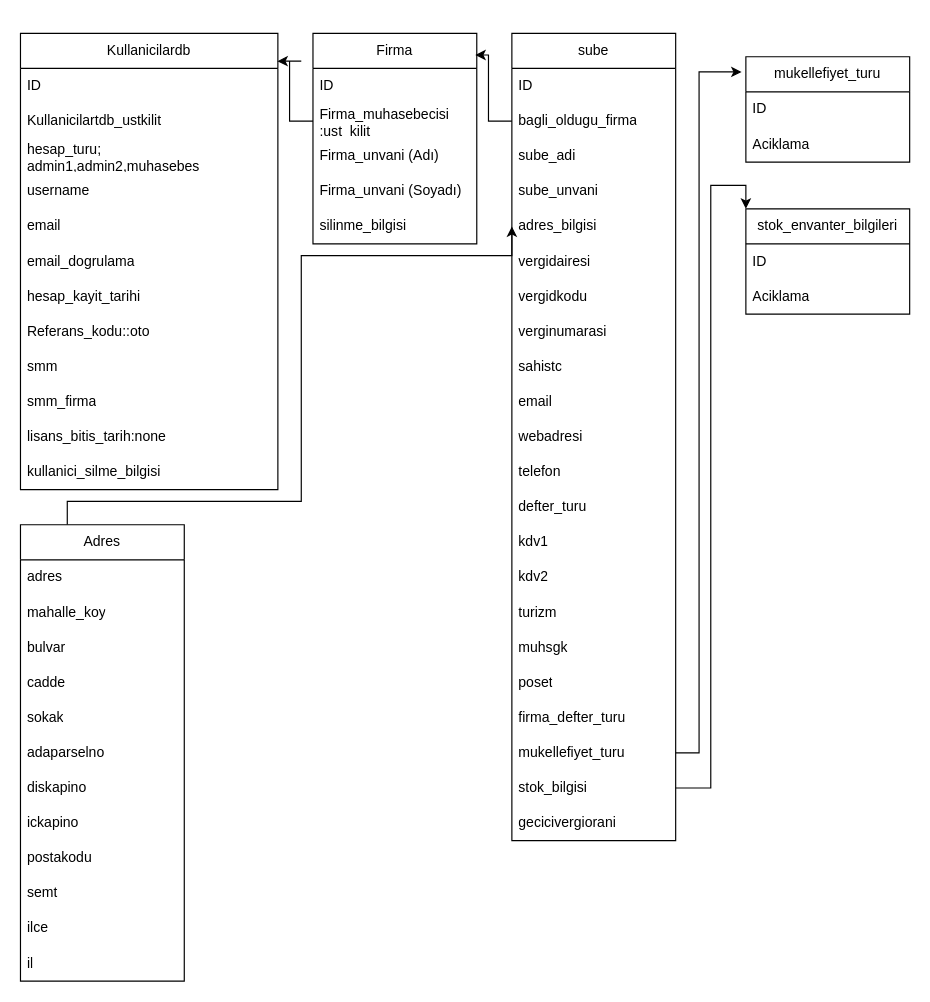
This is ware_finans/dbprogramlama/muhasebedb.drawio from habipels/ware_finans, a draw.io file, before an edit. Source tidied: cells renumbered, new cells numbered last; positions are measured from the earlier drawing's top-left corner, leaving out a move shared by most shapes. Both pictures are drawn from the tidied source at 117%, with x=0, y=0 at pixel (20, 33).
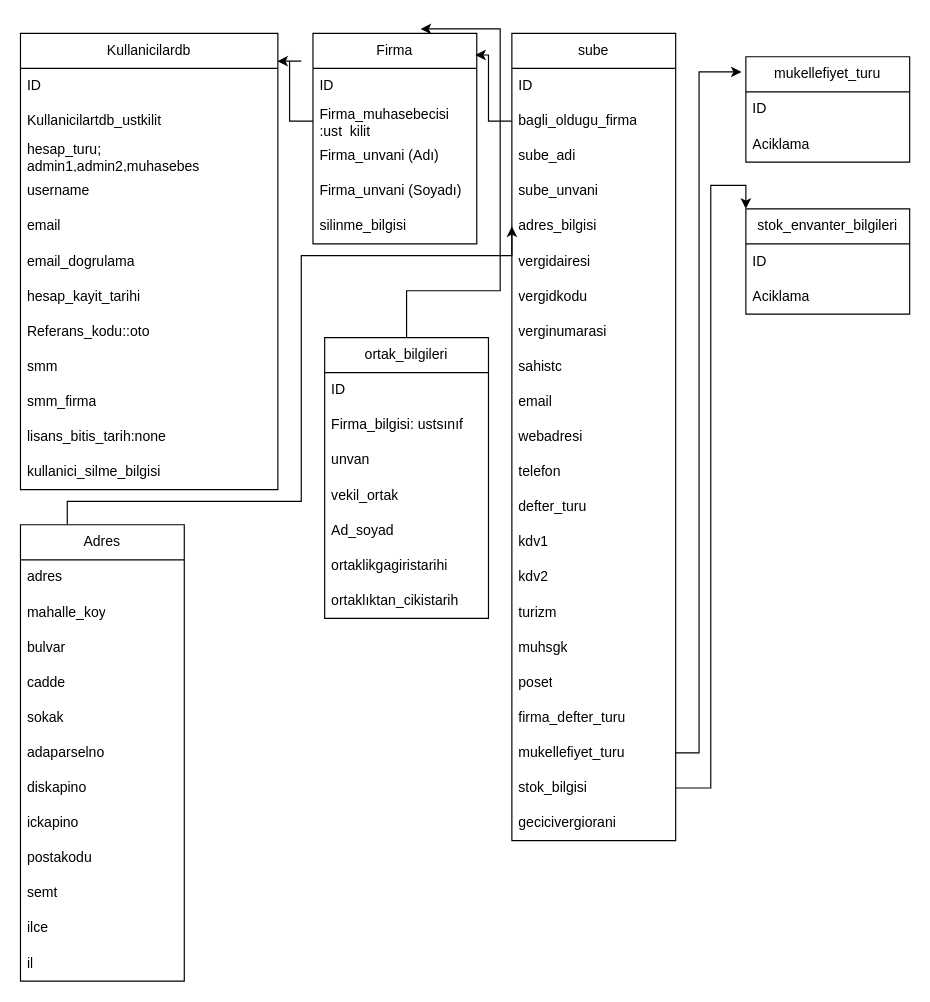
The same diagram, later.

Unchanged cells that the change refers to:
```xml
<mxCell id="15" value="Firma" style="swimlane;fontStyle=0;horizontal=1;startSize=30;whiteSpace=wrap;html=1;" parent="1" vertex="1">
  <mxGeometry x="250" width="140" height="180" as="geometry" />
</mxCell>
```

The edit, as a diff of the source:
```diff
@@
+    <mxCell id="68" style="edgeStyle=orthogonalEdgeStyle;rounded=0;jettySize=auto;html=1;entryX=0.657;entryY=-0.021;entryDx=0;entryDy=0;entryPerimeter=0;" parent="1" edge="1" source="69" target="15">
+      <mxGeometry relative="1" as="geometry">
+        <Array as="points">
+          <mxPoint x="330" y="220" />
+          <mxPoint x="410" y="220" />
+          <mxPoint x="410" y="-4" />
+        </Array>
+      </mxGeometry>
+    </mxCell>
+    <mxCell id="69" value="ortak_bilgileri" style="swimlane;fontStyle=0;horizontal=1;startSize=30;whiteSpace=wrap;html=1;" parent="1" vertex="1">
+      <mxGeometry x="260" y="260" width="140" height="240" as="geometry" />
+    </mxCell>
+    <mxCell id="70" value="ID" style="text;strokeColor=none;fillColor=none;align=left;verticalAlign=middle;spacingLeft=4;spacingRight=4;overflow=hidden;whiteSpace=wrap;html=1;" parent="69" vertex="1">
+      <mxGeometry y="30" width="140" height="30" as="geometry" />
+    </mxCell>
+    <mxCell id="71" value="Firma_bilgisi: ustsınıf" style="text;strokeColor=none;fillColor=none;align=left;verticalAlign=middle;spacingLeft=4;spacingRight=4;overflow=hidden;whiteSpace=wrap;html=1;" parent="69" vertex="1">
+      <mxGeometry y="60" width="140" height="30" as="geometry" />
+    </mxCell>
+    <mxCell id="72" value="unvan" style="text;strokeColor=none;fillColor=none;align=left;verticalAlign=middle;spacingLeft=4;spacingRight=4;overflow=hidden;whiteSpace=wrap;html=1;" parent="69" vertex="1">
+      <mxGeometry y="90" width="140" height="30" as="geometry" />
+    </mxCell>
+    <mxCell id="73" value="vekil_ortak" style="text;strokeColor=none;fillColor=none;align=left;verticalAlign=middle;spacingLeft=4;spacingRight=4;overflow=hidden;whiteSpace=wrap;html=1;" parent="69" vertex="1">
+      <mxGeometry y="120" width="140" height="30" as="geometry" />
+    </mxCell>
+    <mxCell id="74" value="Ad_soyad" style="text;strokeColor=none;fillColor=none;align=left;verticalAlign=middle;spacingLeft=4;spacingRight=4;overflow=hidden;whiteSpace=wrap;html=1;" parent="69" vertex="1">
+      <mxGeometry y="150" width="140" height="30" as="geometry" />
+    </mxCell>
+    <mxCell id="75" value="ortaklikgagiristarihi" style="text;strokeColor=none;fillColor=none;align=left;verticalAlign=middle;spacingLeft=4;spacingRight=4;overflow=hidden;whiteSpace=wrap;html=1;" parent="69" vertex="1">
+      <mxGeometry y="180" width="140" height="30" as="geometry" />
+    </mxCell>
+    <mxCell id="76" value="ortaklıktan_cikistarih" style="text;strokeColor=none;fillColor=none;align=left;verticalAlign=middle;spacingLeft=4;spacingRight=4;overflow=hidden;whiteSpace=wrap;html=1;" parent="69" vertex="1">
+      <mxGeometry y="210" width="140" height="30" as="geometry" />
+    </mxCell>
```
